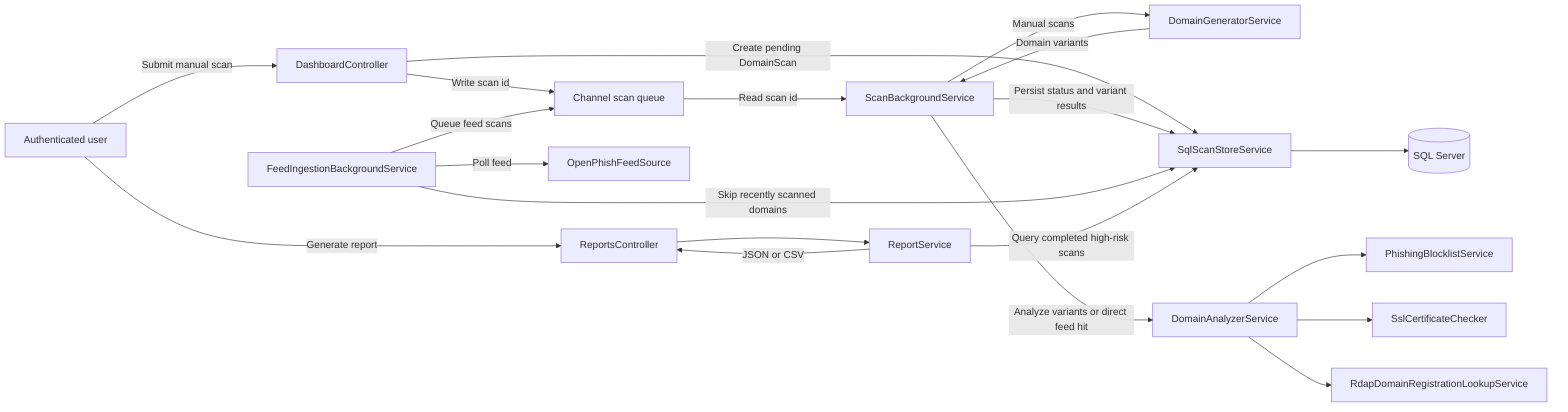
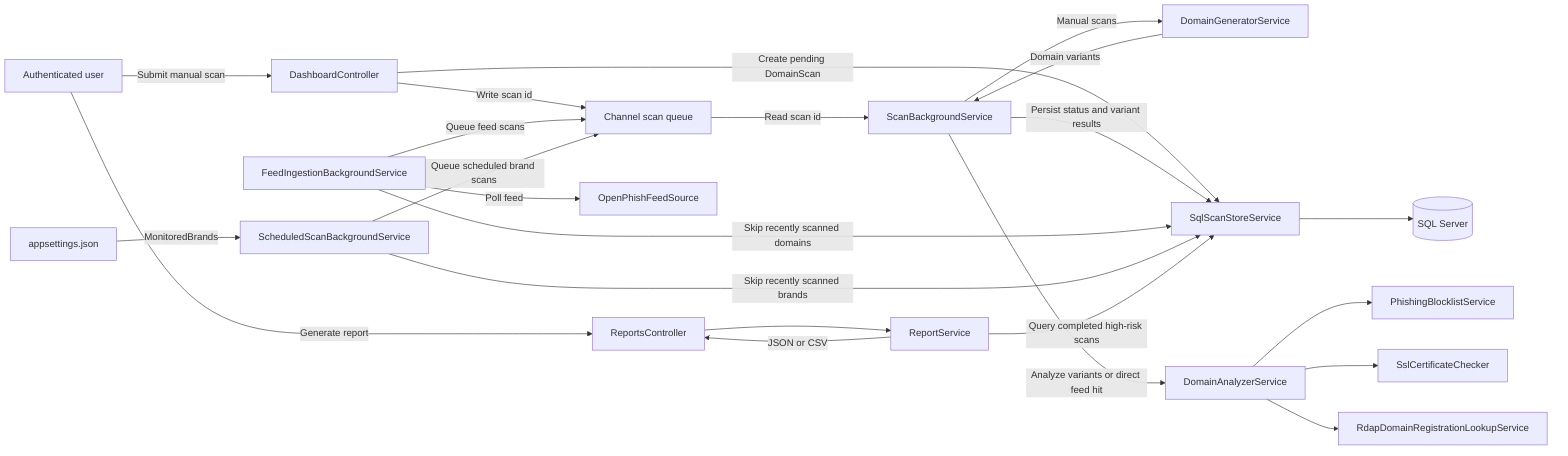
flowchart LR
    User[Authenticated user]
    Dashboard[DashboardController]
    Reports[ReportsController]
    Channel[Channel<Guid> scan queue]
    Worker[ScanBackgroundService]
    Generator[DomainGeneratorService]
    Analyzer[DomainAnalyzerService]
    Blocklist[PhishingBlocklistService]
    SSL[SslCertificateChecker]
    RDAP[RdapDomainRegistrationLookupService]
    Feed[FeedIngestionBackgroundService]
    FeedSource[OpenPhishFeedSource]
+     Scheduler[ScheduledScanBackgroundService]
+     Config[appsettings.json]
    ReportService[ReportService]
    Store[SqlScanStoreService]
    SQL[(SQL Server)]

    User -->|Submit manual scan| Dashboard
    Dashboard -->|Create pending DomainScan| Store
    Dashboard -->|Write scan id| Channel
    Channel -->|Read scan id| Worker
    Worker -->|Manual scans| Generator
    Generator -->|Domain variants| Worker
    Worker -->|Analyze variants or direct feed hit| Analyzer
    Analyzer --> Blocklist
    Analyzer --> SSL
    Analyzer --> RDAP
    Worker -->|Persist status and variant results| Store
    Store --> SQL

    Feed -->|Poll feed| FeedSource
    Feed -->|Skip recently scanned domains| Store
    Feed -->|Queue feed scans| Channel

+     Config -->|MonitoredBrands| Scheduler
+     Scheduler -->|Skip recently scanned brands| Store
+     Scheduler -->|Queue scheduled brand scans| Channel
+ 
    User -->|Generate report| Reports
    Reports --> ReportService
    ReportService -->|Query completed high-risk scans| Store
    ReportService -->|JSON or CSV| Reports
